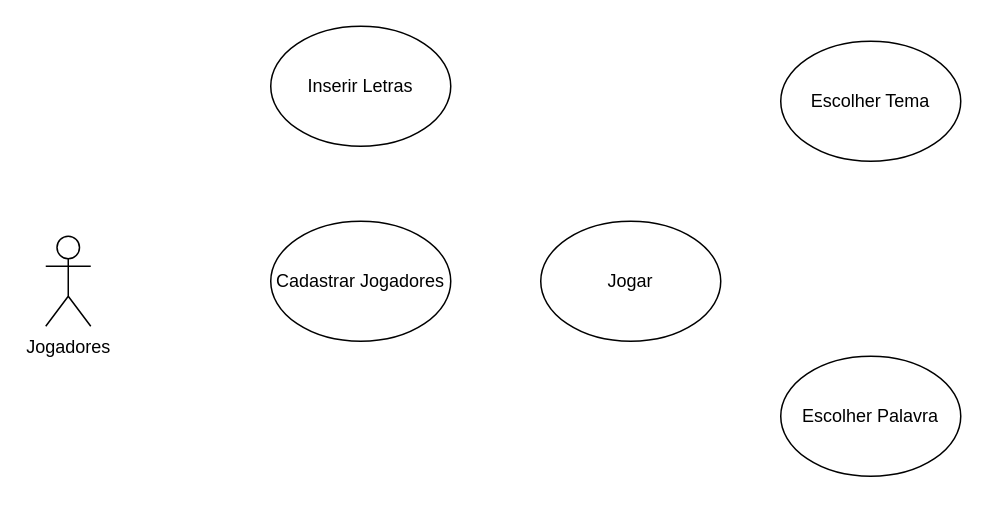
Before: OitavaTarefa.drawio in ArcanjoDaGuarda/AnjoProjetos, a draw.io diagram. Source tidied: cells renumbered, new cells numbered last; positions are measured from the earlier drawing's top-left corner, leaving out a move shared by most shapes. Both pictures are drawn from the tidied source at 150%, with x=0, y=0 at pixel (45, 26).
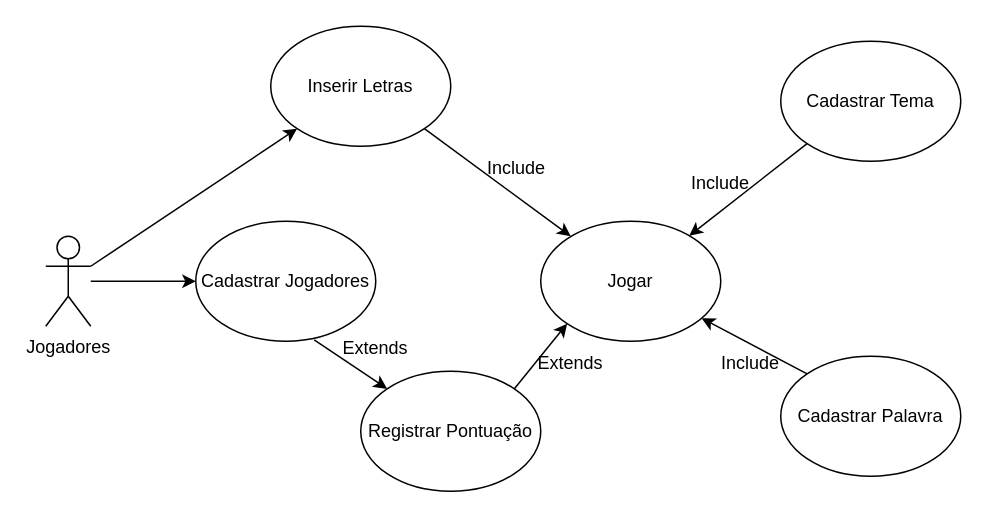
The same diagram, later.

The change refers to these unchanged cells:
```xml
<mxCell id="2" value="Jogar" style="ellipse;whiteSpace=wrap;html=1;" parent="1" vertex="1">
  <mxGeometry x="330" y="130" width="120" height="80" as="geometry" />
</mxCell>
<mxCell id="3" value="Jogadores" style="shape=umlActor;verticalLabelPosition=bottom;verticalAlign=top;html=1;outlineConnect=0;" parent="1" vertex="1">
  <mxGeometry y="140" width="30" height="60" as="geometry" />
</mxCell>
<mxCell id="4" value="Inserir Letras" style="ellipse;whiteSpace=wrap;html=1;" parent="1" vertex="1">
  <mxGeometry x="150" width="120" height="80" as="geometry" />
</mxCell>
```

The edit, as a diff of the source:
```diff
@@
-    <mxCell id="5" value="Escolher Tema" style="ellipse;whiteSpace=wrap;html=1;" parent="1" vertex="1">
+    <mxCell id="5" value="Cadastrar Tema" style="ellipse;whiteSpace=wrap;html=1;" parent="1" vertex="1">
       <mxGeometry x="490" y="10" width="120" height="80" as="geometry" />
     </mxCell>
-    <mxCell id="6" value="Escolher Palavra" style="ellipse;whiteSpace=wrap;html=1;" parent="1" vertex="1">
+    <mxCell id="6" value="Cadastrar Palavra" style="ellipse;whiteSpace=wrap;html=1;" parent="1" vertex="1">
       <mxGeometry x="490" y="220" width="120" height="80" as="geometry" />
     </mxCell>
     <mxCell id="7" value="Cadastrar Jogadores" style="ellipse;whiteSpace=wrap;html=1;" parent="1" vertex="1">
-      <mxGeometry x="150" y="130" width="120" height="80" as="geometry" />
+      <mxGeometry x="100" y="130" width="120" height="80" as="geometry" />
     </mxCell>
+    <mxCell id="8" value="Registrar Pontuação" style="ellipse;whiteSpace=wrap;html=1;" parent="1" vertex="1">
+      <mxGeometry x="210" y="230" width="120" height="80" as="geometry" />
+    </mxCell>
+    <mxCell id="9" style="endArrow=classic;html=1;rounded=0;" parent="1" edge="1" source="3">
+      <mxGeometry relative="1" as="geometry">
+        <mxPoint x="100" y="170" as="targetPoint" />
+      </mxGeometry>
+    </mxCell>
+    <mxCell id="10" style="endArrow=classic;html=1;rounded=0;exitX=1;exitY=0;exitDx=0;exitDy=0;entryX=0;entryY=1;entryDx=0;entryDy=0;" parent="1" edge="1" source="8" target="2">
+      <mxGeometry relative="1" as="geometry" />
+    </mxCell>
+    <mxCell id="11" style="endArrow=classic;html=1;rounded=0;exitX=0.658;exitY=0.988;exitDx=0;exitDy=0;exitPerimeter=0;entryX=0;entryY=0;entryDx=0;entryDy=0;" parent="1" edge="1" source="7" target="8">
+      <mxGeometry relative="1" as="geometry" />
+    </mxCell>
+    <mxCell id="12" style="endArrow=classic;html=1;rounded=0;exitX=1;exitY=1;exitDx=0;exitDy=0;" parent="1" edge="1" source="4">
+      <mxGeometry relative="1" as="geometry">
+        <mxPoint x="350" y="140" as="targetPoint" />
+      </mxGeometry>
+    </mxCell>
+    <mxCell id="13" style="endArrow=classic;html=1;rounded=0;exitX=0;exitY=1;exitDx=0;exitDy=0;" parent="1" edge="1" source="5" target="2">
+      <mxGeometry relative="1" as="geometry" />
+    </mxCell>
+    <mxCell id="14" style="endArrow=classic;html=1;rounded=0;exitX=1;exitY=0.3333333333333333;exitDx=0;exitDy=0;exitPerimeter=0;" parent="1" edge="1" source="3" target="4">
+      <mxGeometry relative="1" as="geometry" />
+    </mxCell>
+    <mxCell id="15" style="endArrow=classic;html=1;rounded=0;exitX=0;exitY=0;exitDx=0;exitDy=0;" parent="1" edge="1" source="6" target="2">
+      <mxGeometry relative="1" as="geometry" />
+    </mxCell>
+    <mxCell id="16" value="Include" style="text;html=1;strokeColor=none;fillColor=none;align=center;verticalAlign=middle;whiteSpace=wrap;rounded=0;" parent="1" vertex="1">
+      <mxGeometry x="284" y="80" width="60" height="30" as="geometry" />
+    </mxCell>
+    <mxCell id="17" value="Include" style="text;html=1;strokeColor=none;fillColor=none;align=center;verticalAlign=middle;whiteSpace=wrap;rounded=0;" parent="1" vertex="1">
+      <mxGeometry x="420" y="90" width="60" height="30" as="geometry" />
+    </mxCell>
+    <mxCell id="18" value="Include" style="text;html=1;strokeColor=none;fillColor=none;align=center;verticalAlign=middle;whiteSpace=wrap;rounded=0;" parent="1" vertex="1">
+      <mxGeometry x="440" y="210" width="60" height="30" as="geometry" />
+    </mxCell>
+    <mxCell id="19" value="Extends" style="text;html=1;strokeColor=none;fillColor=none;align=center;verticalAlign=middle;whiteSpace=wrap;rounded=0;" parent="1" vertex="1">
+      <mxGeometry x="190" y="200" width="60" height="30" as="geometry" />
+    </mxCell>
+    <mxCell id="20" value="Extends" style="text;html=1;strokeColor=none;fillColor=none;align=center;verticalAlign=middle;whiteSpace=wrap;rounded=0;" parent="1" vertex="1">
+      <mxGeometry x="320" y="210" width="60" height="30" as="geometry" />
+    </mxCell>
```
